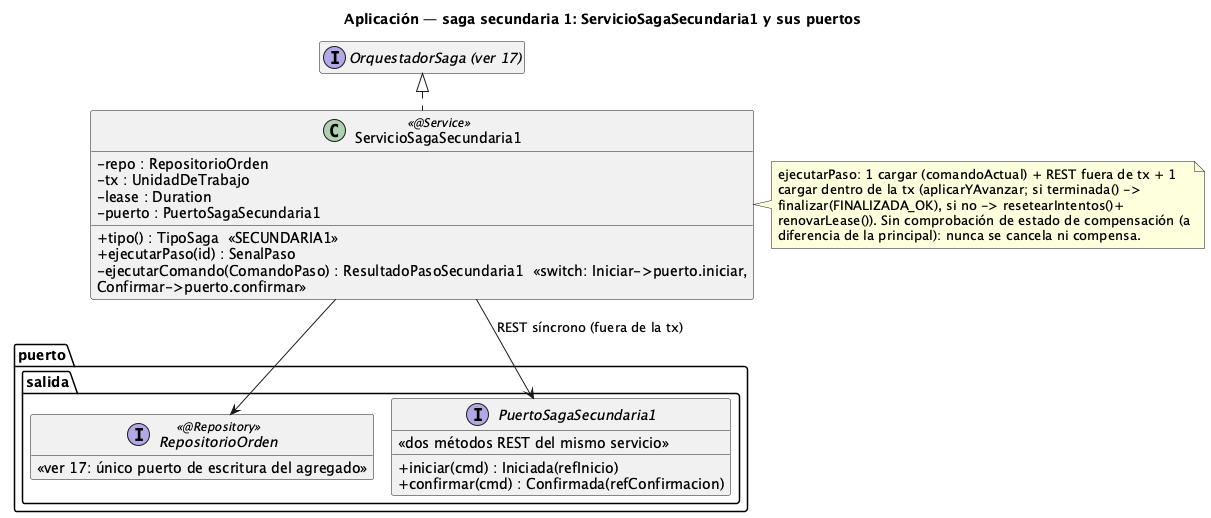
This is order-manager/docs/19-clases-aplicacion-saga-secundaria1.png from ralcazar/patrones, a PlantUML export, as it was before one commit.
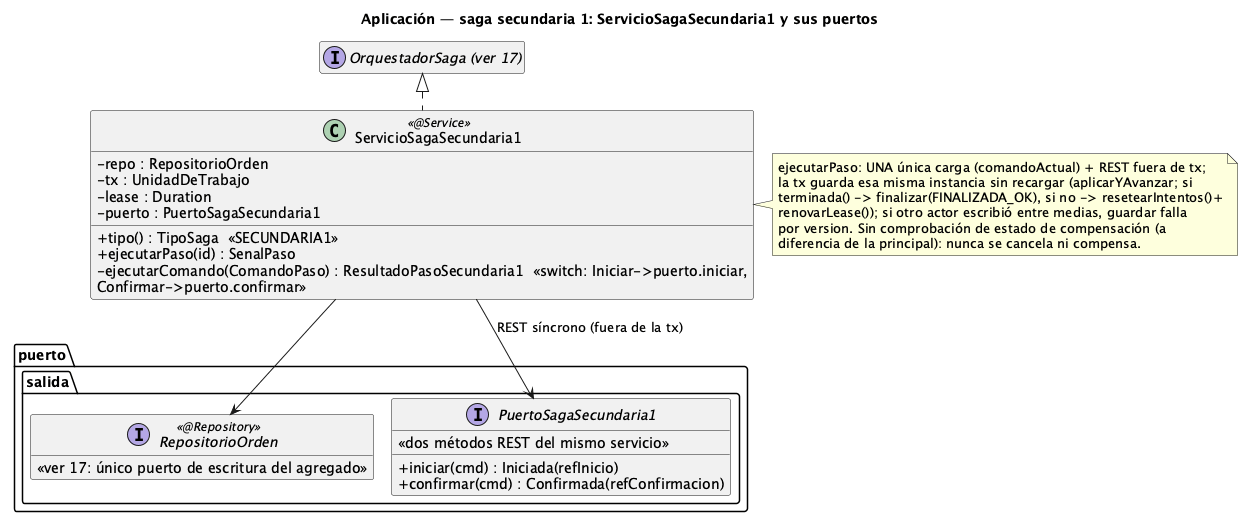
The same file after the commit.

The edit, as a diff of the source:
```diff
@@ -16,10 +16,11 @@
   -ejecutarComando(ComandoPaso) : ResultadoPasoSecundaria1  «switch: Iniciar->puerto.iniciar,\nConfirmar->puerto.confirmar»
 }
 note right of ServicioSagaSecundaria1
-  ejecutarPaso: 1 cargar (comandoActual) + REST fuera de tx + 1
-  cargar dentro de la tx (aplicarYAvanzar; si terminada() ->
-  finalizar(FINALIZADA_OK), si no -> resetearIntentos()+
-  renovarLease()). Sin comprobación de estado de compensación (a
+  ejecutarPaso: UNA única carga (comandoActual) + REST fuera de tx;
+  la tx guarda esa misma instancia sin recargar (aplicarYAvanzar; si
+  terminada() -> finalizar(FINALIZADA_OK), si no -> resetearIntentos()+
+  renovarLease()); si otro actor escribió entre medias, guardar falla
+  por version. Sin comprobación de estado de compensación (a
   diferencia de la principal): nunca se cancela ni compensa.
 end note
 
```
